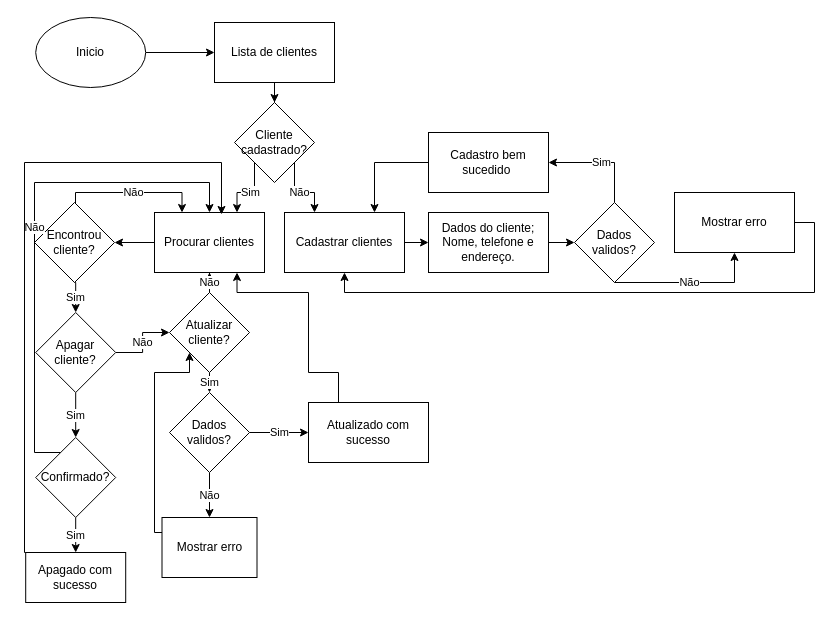
Earlier version of the draw.io diagram page "Página-1" (1 of 6) of doc/fluxograma.drawio (D3ise/fluxograma). Source tidied: cells renumbered, new cells numbered last; positions are measured from the earlier drawing's top-left corner, leaving out a move shared by most shapes. Both pictures are drawn from the tidied source at 100%, with x=0, y=0 at pixel (24, 17).
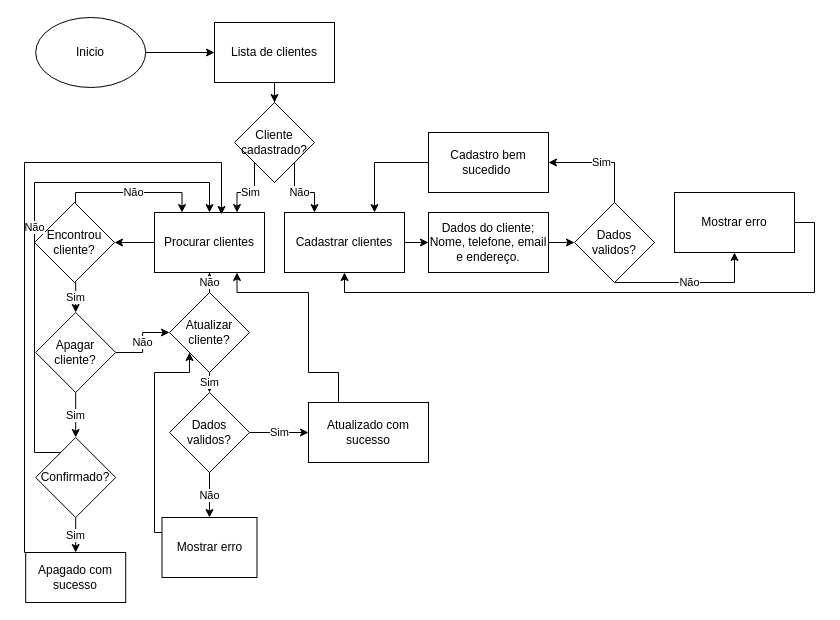
The same page after the edit.

Change to the diagram source:
```diff
@@
-    <mxCell id="7" value="Dados do cliente; Nome, telefone e endereço." style="rounded=0;whiteSpace=wrap;html=1;" parent="1" vertex="1">
+    <mxCell id="7" value="Dados do cliente; Nome, telefone, email e endereço." style="rounded=0;whiteSpace=wrap;html=1;" parent="1" vertex="1">
       <mxGeometry x="404" y="195" width="120" height="60" as="geometry" />
     </mxCell>
```
